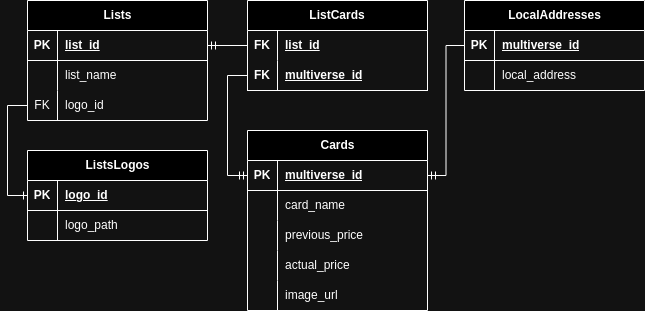
This is database/main/Main database diagram.png from typsoon/MTGspot-scrapper, a draw.io export, as it was before one commit. Source tidied: cells renumbered, new cells last; positions are measured from the earlier drawing's top-left corner, leaving out a move shared by most shapes.
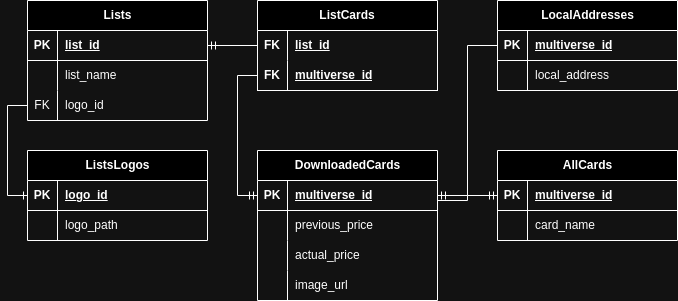
After the commit.

The edit, as a diff of the source:
```diff
@@ -3,7 +3,7 @@
     <mxCell id="0" />
     <mxCell id="1" parent="0" />
     <mxCell id="2" value="Lists" style="shape=table;startSize=30;rowLines=0;fontStyle=1;align=center;html=1;" parent="1" vertex="1">
-      <mxGeometry x="20" width="180" height="120" as="geometry" />
+      <mxGeometry x="10" width="180" height="120" as="geometry" />
     </mxCell>
     <mxCell id="3" style="shape=tableRow;horizontal=0;startSize=0;swimlaneHead=0;swimlaneBody=0;fillColor=none;points=[[0,0.5],[1,0.5]];portConstraint=eastwest;top=0;left=0;right=0;bottom=1;" parent="2" vertex="1">
       <mxGeometry y="30" width="180" height="30" as="geometry" />
@@ -53,8 +53,8 @@
     <mxCell id="18" value="multiverse_id" style="shape=partialRectangle;fillColor=none;top=0;left=0;bottom=0;right=0;align=left;spacingLeft=6;fontStyle=5;overflow=hidden;html=1;whiteSpace=wrap;" parent="16" vertex="1">
       <mxGeometry x="30" width="150" height="30" as="geometry" />
     </mxCell>
-    <mxCell id="19" value="Cards" style="shape=table;startSize=30;rowLines=0;fontStyle=1;align=center;html=1;" parent="1" vertex="1">
-      <mxGeometry x="240" y="130" width="180" height="180" as="geometry" />
+    <mxCell id="19" value="AllCards" style="shape=table;startSize=30;rowLines=0;fontStyle=1;align=center;html=1;" parent="1" vertex="1">
+      <mxGeometry x="480" y="150" width="180" height="90" as="geometry" />
     </mxCell>
     <mxCell id="20" style="shape=tableRow;horizontal=0;startSize=0;swimlaneHead=0;swimlaneBody=0;fillColor=none;points=[[0,0.5],[1,0.5]];portConstraint=eastwest;top=0;left=0;right=0;bottom=1;" parent="19" vertex="1">
       <mxGeometry y="30" width="180" height="30" as="geometry" />
@@ -74,34 +74,7 @@
     <mxCell id="25" value="card_name" style="shape=partialRectangle;fillColor=none;top=0;left=0;bottom=0;right=0;align=left;spacingLeft=6;overflow=hidden;whiteSpace=wrap;html=1;" parent="23" vertex="1">
       <mxGeometry x="30" width="150" height="30" as="geometry" />
     </mxCell>
-    <mxCell id="26" style="shape=tableRow;horizontal=0;startSize=0;swimlaneHead=0;swimlaneBody=0;fillColor=none;top=0;left=0;right=0;bottom=0;" parent="19" vertex="1">
-      <mxGeometry y="90" width="180" height="30" as="geometry" />
-    </mxCell>
-    <mxCell id="27" style="shape=partialRectangle;fillColor=none;top=0;left=0;bottom=0;right=0;overflow=hidden;whiteSpace=wrap;html=1;" parent="26" vertex="1">
-      <mxGeometry width="30" height="30" as="geometry" />
-    </mxCell>
-    <mxCell id="28" value="previous_price" style="shape=partialRectangle;fillColor=none;top=0;left=0;bottom=0;right=0;align=left;spacingLeft=6;overflow=hidden;whiteSpace=wrap;html=1;" parent="26" vertex="1">
-      <mxGeometry x="30" width="150" height="30" as="geometry" />
-    </mxCell>
-    <mxCell id="29" style="shape=tableRow;horizontal=0;startSize=0;swimlaneHead=0;swimlaneBody=0;fillColor=none;top=0;left=0;right=0;bottom=0;" parent="19" vertex="1">
-      <mxGeometry y="120" width="180" height="30" as="geometry" />
-    </mxCell>
-    <mxCell id="30" style="shape=partialRectangle;fillColor=none;top=0;left=0;bottom=0;right=0;overflow=hidden;whiteSpace=wrap;html=1;" parent="29" vertex="1">
-      <mxGeometry width="30" height="30" as="geometry" />
-    </mxCell>
-    <mxCell id="31" value="actual_price" style="shape=partialRectangle;fillColor=none;top=0;left=0;bottom=0;right=0;align=left;spacingLeft=6;overflow=hidden;whiteSpace=wrap;html=1;" parent="29" vertex="1">
-      <mxGeometry x="30" width="150" height="30" as="geometry" />
-    </mxCell>
-    <mxCell id="32" style="shape=tableRow;horizontal=0;startSize=0;swimlaneHead=0;swimlaneBody=0;fillColor=none;top=0;left=0;right=0;bottom=0;" parent="19" vertex="1">
-      <mxGeometry y="150" width="180" height="30" as="geometry" />
-    </mxCell>
-    <mxCell id="33" style="shape=partialRectangle;fillColor=none;top=0;left=0;bottom=0;right=0;overflow=hidden;whiteSpace=wrap;html=1;" parent="32" vertex="1">
-      <mxGeometry width="30" height="30" as="geometry" />
-    </mxCell>
-    <mxCell id="34" value="image_url" style="shape=partialRectangle;fillColor=none;top=0;left=0;bottom=0;right=0;align=left;spacingLeft=6;overflow=hidden;whiteSpace=wrap;html=1;" parent="32" vertex="1">
-      <mxGeometry x="30" width="150" height="30" as="geometry" />
-    </mxCell>
-    <mxCell id="35" style="edgeStyle=elbowEdgeStyle;fontSize=12;html=1;endArrow=ERmandOne;rounded=0;entryX=0;entryY=0.5;entryDx=0;entryDy=0;exitX=0;exitY=0.5;exitDx=0;exitDy=0;" parent="1" edge="1" source="16" target="20">
+    <mxCell id="35" style="edgeStyle=elbowEdgeStyle;fontSize=12;html=1;endArrow=ERmandOne;rounded=0;exitX=0;exitY=0.5;exitDx=0;exitDy=0;" parent="1" edge="1" source="16" target="54">
       <mxGeometry relative="1" as="geometry">
         <Array as="points">
           <mxPoint x="220" y="120" />
@@ -112,7 +85,7 @@
       <mxGeometry relative="1" as="geometry" />
     </mxCell>
     <mxCell id="37" value="ListsL&lt;span style=&quot;background-color: initial;&quot;&gt;ogos&lt;/span&gt;" style="shape=table;startSize=30;rowLines=0;fontStyle=1;align=center;html=1;" parent="1" vertex="1">
-      <mxGeometry x="20" y="150" width="180" height="90" as="geometry" />
+      <mxGeometry x="10" y="150" width="180" height="90" as="geometry" />
     </mxCell>
     <mxCell id="38" style="shape=tableRow;horizontal=0;startSize=0;swimlaneHead=0;swimlaneBody=0;fillColor=none;points=[[0,0.5],[1,0.5]];portConstraint=eastwest;top=0;left=0;right=0;bottom=1;" parent="37" vertex="1">
       <mxGeometry y="30" width="180" height="30" as="geometry" />
@@ -135,13 +108,13 @@
     <mxCell id="44" style="fontSize=12;html=1;endArrow=ERone;endFill=1;rounded=0;entryX=0;entryY=0.5;entryDx=0;entryDy=0;exitX=0;exitY=0.5;exitDx=0;exitDy=0;edgeStyle=orthogonalEdgeStyle;" parent="1" edge="1" source="9" target="38">
       <mxGeometry relative="1" as="geometry">
         <Array as="points">
-          <mxPoint y="105" />
-          <mxPoint y="195" />
+          <mxPoint x="-10" y="105" />
+          <mxPoint x="-10" y="195" />
         </Array>
       </mxGeometry>
     </mxCell>
     <mxCell id="45" value="LocalAddresses" style="shape=table;startSize=30;rowLines=0;fontStyle=1;align=center;html=1;" parent="1" vertex="1">
-      <mxGeometry x="457" width="180" height="90" as="geometry" />
+      <mxGeometry x="480" width="180" height="90" as="geometry" />
     </mxCell>
     <mxCell id="46" style="shape=tableRow;horizontal=0;startSize=0;swimlaneHead=0;swimlaneBody=0;fillColor=none;points=[[0,0.5],[1,0.5]];portConstraint=eastwest;top=0;left=0;right=0;bottom=1;" parent="45" vertex="1">
       <mxGeometry y="30" width="180" height="30" as="geometry" />
@@ -161,8 +134,55 @@
     <mxCell id="51" value="local_address" style="shape=partialRectangle;fillColor=none;top=0;left=0;bottom=0;right=0;align=left;spacingLeft=6;overflow=hidden;whiteSpace=wrap;html=1;" parent="49" vertex="1">
       <mxGeometry x="30" width="150" height="30" as="geometry" />
     </mxCell>
-    <mxCell id="52" style="edgeStyle=orthogonalEdgeStyle;fontSize=12;html=1;endArrow=ERmandOne;rounded=0;exitX=0;exitY=0.5;exitDx=0;exitDy=0;entryX=1;entryY=0.5;entryDx=0;entryDy=0;" parent="1" edge="1" source="46" target="20">
-      <mxGeometry relative="1" as="geometry" />
+    <mxCell id="52" style="edgeStyle=orthogonalEdgeStyle;fontSize=12;html=1;endArrow=ERmandOne;rounded=0;exitX=0;exitY=0.5;exitDx=0;exitDy=0;entryX=1;entryY=0.5;entryDx=0;entryDy=0;" parent="1" edge="1" source="46" target="54">
+      <mxGeometry relative="1" as="geometry">
+        <Array as="points">
+          <mxPoint x="450" y="45" />
+          <mxPoint x="450" y="195" />
+        </Array>
+      </mxGeometry>
     </mxCell>
+    <mxCell id="53" value="DownloadedCards" style="shape=table;startSize=30;rowLines=0;fontStyle=1;align=center;html=1;" parent="1" vertex="1">
+      <mxGeometry x="240" y="150" width="180" height="150" as="geometry" />
+    </mxCell>
+    <mxCell id="54" style="shape=tableRow;horizontal=0;startSize=0;swimlaneHead=0;swimlaneBody=0;fillColor=none;points=[[0,0.5],[1,0.5]];portConstraint=eastwest;top=0;left=0;right=0;bottom=1;" parent="53" vertex="1">
+      <mxGeometry y="30" width="180" height="30" as="geometry" />
+    </mxCell>
+    <mxCell id="55" value="PK" style="shape=partialRectangle;fillColor=none;top=0;left=0;bottom=0;right=0;fontStyle=1;overflow=hidden;whiteSpace=wrap;html=1;" parent="54" vertex="1">
+      <mxGeometry width="30" height="30" as="geometry" />
+    </mxCell>
+    <mxCell id="56" value="multiverse_id" style="shape=partialRectangle;fillColor=none;top=0;left=0;bottom=0;right=0;align=left;spacingLeft=6;fontStyle=5;overflow=hidden;whiteSpace=wrap;html=1;" parent="54" vertex="1">
+      <mxGeometry x="30" width="150" height="30" as="geometry" />
+    </mxCell>
+    <mxCell id="57" style="shape=tableRow;horizontal=0;startSize=0;swimlaneHead=0;swimlaneBody=0;fillColor=none;top=0;left=0;right=0;bottom=0;" parent="53" vertex="1">
+      <mxGeometry y="60" width="180" height="30" as="geometry" />
+    </mxCell>
+    <mxCell id="58" style="shape=partialRectangle;fillColor=none;top=0;left=0;bottom=0;right=0;overflow=hidden;whiteSpace=wrap;html=1;" parent="57" vertex="1">
+      <mxGeometry width="30" height="30" as="geometry" />
+    </mxCell>
+    <mxCell id="28" value="previous_price" style="shape=partialRectangle;fillColor=none;top=0;left=0;bottom=0;right=0;align=left;spacingLeft=6;overflow=hidden;whiteSpace=wrap;html=1;" parent="57" vertex="1">
+      <mxGeometry x="30" width="150" height="30" as="geometry" />
+    </mxCell>
+    <mxCell id="26" style="shape=tableRow;horizontal=0;startSize=0;swimlaneHead=0;swimlaneBody=0;fillColor=none;top=0;left=0;right=0;bottom=0;" parent="53" vertex="1">
+      <mxGeometry y="90" width="180" height="30" as="geometry" />
+    </mxCell>
+    <mxCell id="59" style="shape=partialRectangle;fillColor=none;top=0;left=0;bottom=0;right=0;overflow=hidden;whiteSpace=wrap;html=1;" parent="26" vertex="1">
+      <mxGeometry width="30" height="30" as="geometry" />
+    </mxCell>
+    <mxCell id="31" value="actual_price" style="shape=partialRectangle;fillColor=none;top=0;left=0;bottom=0;right=0;align=left;spacingLeft=6;overflow=hidden;whiteSpace=wrap;html=1;" parent="26" vertex="1">
+      <mxGeometry x="30" width="150" height="30" as="geometry" />
+    </mxCell>
+    <mxCell id="29" style="shape=tableRow;horizontal=0;startSize=0;swimlaneHead=0;swimlaneBody=0;fillColor=none;top=0;left=0;right=0;bottom=0;" parent="53" vertex="1">
+      <mxGeometry y="120" width="180" height="30" as="geometry" />
+    </mxCell>
+    <mxCell id="60" style="shape=partialRectangle;fillColor=none;top=0;left=0;bottom=0;right=0;overflow=hidden;whiteSpace=wrap;html=1;" parent="29" vertex="1">
+      <mxGeometry width="30" height="30" as="geometry" />
+    </mxCell>
+    <mxCell id="34" value="image_url" style="shape=partialRectangle;fillColor=none;top=0;left=0;bottom=0;right=0;align=left;spacingLeft=6;overflow=hidden;whiteSpace=wrap;html=1;" parent="29" vertex="1">
+      <mxGeometry x="30" width="150" height="30" as="geometry" />
+    </mxCell>
+    <mxCell id="61" style="edgeStyle=entityRelationEdgeStyle;fontSize=12;html=1;endArrow=ERmandOne;rounded=0;entryX=0;entryY=0.5;entryDx=0;entryDy=0;exitX=1;exitY=0.667;exitDx=0;exitDy=0;exitPerimeter=0;" parent="1" edge="1" source="54" target="20">
+      <mxGeometry relative="1" as="geometry" />
+    </mxCell>
   </root>
 </mxGraphModel>
```
